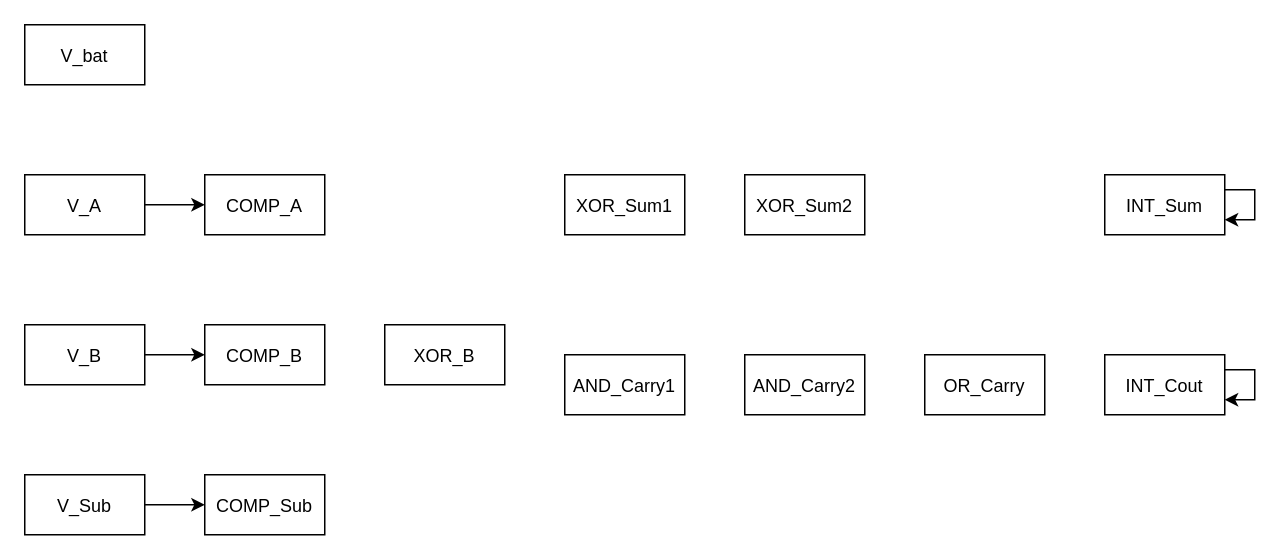
Above: storage/schematics/calculator.drawio.xml in sekkeikataki/VoltCraft (draw.io), before the change. Source tidied: cells renumbered, new cells numbered last; positions are measured from the earlier drawing's top-left corner, leaving out a move shared by most shapes. Both pictures are drawn from the tidied source at 150%, with x=0, y=0 at pixel (24, 24).
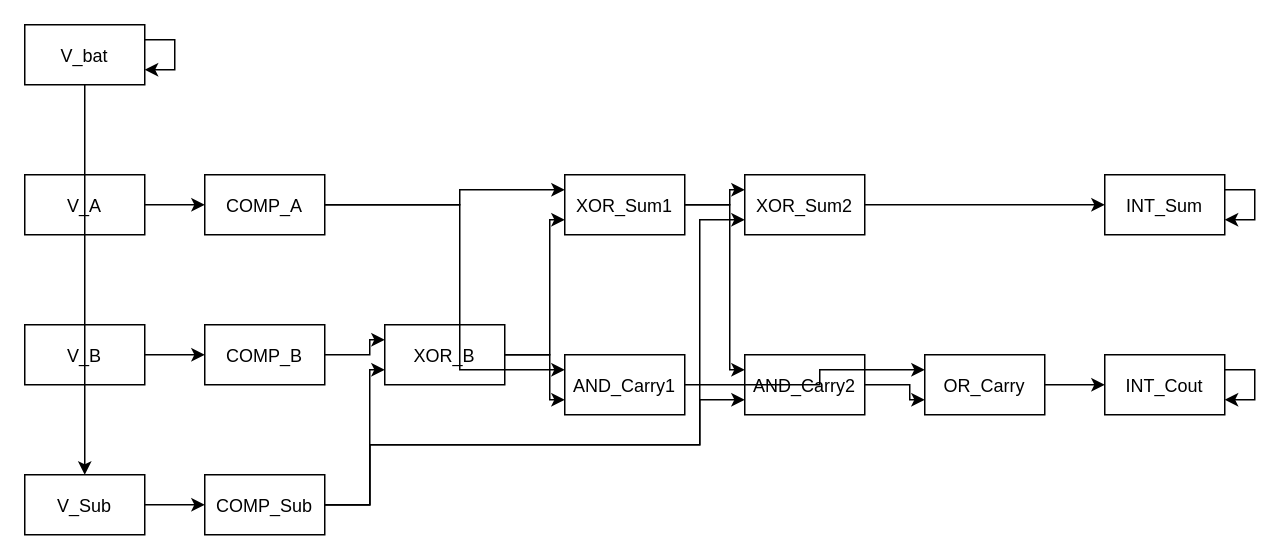
Above is the later version.

Commit message (it also covers changes not shown here):
refactor: upgrade calculator schematic visual wiring routing, horizontal layouts, and ground bus connection

Unchanged cells that the change refers to:
```xml
<mxCell id="6" value="COMP_A" style="symbol=analog_comparator;rot=0;threshold=2.5;" parent="1" vertex="1">
  <mxGeometry x="120" y="100" width="80" height="40" as="geometry" />
</mxCell>
<mxCell id="7" value="COMP_B" style="symbol=analog_comparator;rot=0;threshold=2.5;" parent="1" vertex="1">
  <mxGeometry x="120" y="200" width="80" height="40" as="geometry" />
</mxCell>
<mxCell id="8" value="COMP_Sub" style="symbol=analog_comparator;rot=0;threshold=2.5;" parent="1" vertex="1">
  <mxGeometry x="120" y="300" width="80" height="40" as="geometry" />
</mxCell>
<mxCell id="9" value="XOR_B" style="symbol=digital_xor;rot=0;delay=1e-06;" parent="1" vertex="1">
  <mxGeometry x="240" y="200" width="80" height="40" as="geometry" />
</mxCell>
<mxCell id="10" value="XOR_Sum1" style="symbol=digital_xor;rot=0;delay=1e-06;" parent="1" vertex="1">
  <mxGeometry x="360" y="100" width="80" height="40" as="geometry" />
</mxCell>
<mxCell id="11" value="XOR_Sum2" style="symbol=digital_xor;rot=0;delay=1e-06;" parent="1" vertex="1">
  <mxGeometry x="480" y="100" width="80" height="40" as="geometry" />
</mxCell>
<mxCell id="12" value="AND_Carry1" style="symbol=digital_and;rot=0;delay=1e-06;" parent="1" vertex="1">
  <mxGeometry x="360" y="220" width="80" height="40" as="geometry" />
</mxCell>
<mxCell id="13" value="AND_Carry2" style="symbol=digital_and;rot=0;delay=1e-06;" parent="1" vertex="1">
  <mxGeometry x="480" y="220" width="80" height="40" as="geometry" />
</mxCell>
<mxCell id="14" value="OR_Carry" style="symbol=digital_or;rot=0;delay=1e-06;" parent="1" vertex="1">
  <mxGeometry x="600" y="220" width="80" height="40" as="geometry" />
</mxCell>
```

Diff of the diagram source:
```diff
@@
-    <mxCell id="2" value="V_bat" style="symbol=voltage_source;rot=90;V=5.0;" parent="1" vertex="1">
+    <mxCell id="2" value="V_bat" style="symbol=voltage_source;rot=180;V=5;" parent="1" vertex="1">
       <mxGeometry width="80" height="40" as="geometry" />
     </mxCell>
-    <mxCell id="3" value="V_A" style="symbol=voltage_source;rot=90;V=5.0;freq=1000.0;phase=0.0;" parent="1" vertex="1">
+    <mxCell id="3" value="V_A" style="symbol=voltage_source;rot=180;V=5;freq=1000;phase=0;" parent="1" vertex="1">
       <mxGeometry y="100" width="80" height="40" as="geometry" />
     </mxCell>
-    <mxCell id="4" value="V_B" style="symbol=voltage_source;rot=90;V=5.0;freq=500.0;phase=1.57;" parent="1" vertex="1">
+    <mxCell id="4" value="V_B" style="symbol=voltage_source;rot=180;V=5;freq=500;phase=1.57;" parent="1" vertex="1">
       <mxGeometry y="200" width="80" height="40" as="geometry" />
     </mxCell>
-    <mxCell id="5" value="V_Sub" style="symbol=voltage_source;rot=90;V=5.0;freq=250.0;phase=0.0;" parent="1" vertex="1">
+    <mxCell id="5" value="V_Sub" style="symbol=voltage_source;rot=180;V=5;freq=250;phase=0;" parent="1" vertex="1">
       <mxGeometry y="300" width="80" height="40" as="geometry" />
     </mxCell>
@@
-    <mxCell id="15" value="INT_Sum" style="symbol=digital_interface_out;rot=0;V=5.0;delay=0.0;" parent="1" vertex="1">
+    <mxCell id="15" value="INT_Sum" style="symbol=digital_interface_out;rot=0;V=5;delay=0;" parent="1" vertex="1">
       <mxGeometry x="720" y="100" width="80" height="40" as="geometry" />
     </mxCell>
-    <mxCell id="16" value="INT_Cout" style="symbol=digital_interface_out;rot=0;V=5.0;delay=0.0;" parent="1" vertex="1">
+    <mxCell id="16" value="INT_Cout" style="symbol=digital_interface_out;rot=0;V=5;delay=0;" parent="1" vertex="1">
       <mxGeometry x="720" y="220" width="80" height="40" as="geometry" />
     </mxCell>
@@
+    <mxCell id="22" style="edgeStyle=orthogonalEdgeStyle;rounded=0;jettySize=auto;html=1;" parent="1" edge="1" source="6" target="10">
+      <mxGeometry relative="1" as="geometry">
+        <Array as="points">
+          <mxPoint x="290" y="120" />
+          <mxPoint x="290" y="110" />
+        </Array>
+      </mxGeometry>
+    </mxCell>
+    <mxCell id="23" style="edgeStyle=orthogonalEdgeStyle;rounded=0;jettySize=auto;html=1;" parent="1" edge="1" source="6" target="12">
+      <mxGeometry relative="1" as="geometry">
+        <Array as="points">
+          <mxPoint x="290" y="120" />
+          <mxPoint x="290" y="230" />
+        </Array>
+      </mxGeometry>
+    </mxCell>
+    <mxCell id="24" style="edgeStyle=orthogonalEdgeStyle;rounded=0;jettySize=auto;html=1;" parent="1" edge="1" source="7" target="9">
+      <mxGeometry relative="1" as="geometry">
+        <Array as="points">
+          <mxPoint x="230" y="220" />
+          <mxPoint x="230" y="210" />
+        </Array>
+      </mxGeometry>
+    </mxCell>
+    <mxCell id="25" style="edgeStyle=orthogonalEdgeStyle;rounded=0;jettySize=auto;html=1;" parent="1" edge="1" source="8" target="9">
+      <mxGeometry relative="1" as="geometry">
+        <Array as="points">
+          <mxPoint x="230" y="320" />
+          <mxPoint x="230" y="230" />
+        </Array>
+      </mxGeometry>
+    </mxCell>
+    <mxCell id="26" style="edgeStyle=orthogonalEdgeStyle;rounded=0;jettySize=auto;html=1;" parent="1" edge="1" source="8" target="11">
+      <mxGeometry relative="1" as="geometry">
+        <Array as="points">
+          <mxPoint x="230" y="320" />
+          <mxPoint x="230" y="280" />
+          <mxPoint x="450" y="280" />
+          <mxPoint x="450" y="130" />
+        </Array>
+      </mxGeometry>
+    </mxCell>
+    <mxCell id="27" style="edgeStyle=orthogonalEdgeStyle;rounded=0;jettySize=auto;html=1;" parent="1" edge="1" source="8" target="13">
+      <mxGeometry relative="1" as="geometry">
+        <Array as="points">
+          <mxPoint x="230" y="320" />
+          <mxPoint x="230" y="280" />
+          <mxPoint x="450" y="280" />
+          <mxPoint x="450" y="250" />
+        </Array>
+      </mxGeometry>
+    </mxCell>
+    <mxCell id="28" style="edgeStyle=orthogonalEdgeStyle;rounded=0;jettySize=auto;html=1;" parent="1" edge="1" source="9" target="10">
+      <mxGeometry relative="1" as="geometry">
+        <Array as="points">
+          <mxPoint x="350" y="220" />
+          <mxPoint x="350" y="130" />
+        </Array>
+      </mxGeometry>
+    </mxCell>
+    <mxCell id="29" style="edgeStyle=orthogonalEdgeStyle;rounded=0;jettySize=auto;html=1;" parent="1" edge="1" source="9" target="12">
+      <mxGeometry relative="1" as="geometry">
+        <Array as="points">
+          <mxPoint x="350" y="220" />
+          <mxPoint x="350" y="250" />
+        </Array>
+      </mxGeometry>
+    </mxCell>
+    <mxCell id="30" style="edgeStyle=orthogonalEdgeStyle;rounded=0;jettySize=auto;html=1;" parent="1" edge="1" source="10" target="11">
+      <mxGeometry relative="1" as="geometry">
+        <Array as="points">
+          <mxPoint x="470" y="120" />
+          <mxPoint x="470" y="110" />
+        </Array>
+      </mxGeometry>
+    </mxCell>
+    <mxCell id="31" style="edgeStyle=orthogonalEdgeStyle;rounded=0;jettySize=auto;html=1;" parent="1" edge="1" source="10" target="13">
+      <mxGeometry relative="1" as="geometry">
+        <Array as="points">
+          <mxPoint x="470" y="120" />
+          <mxPoint x="470" y="230" />
+        </Array>
+      </mxGeometry>
+    </mxCell>
+    <mxCell id="32" style="edgeStyle=orthogonalEdgeStyle;rounded=0;jettySize=auto;html=1;" parent="1" edge="1" source="11" target="15">
+      <mxGeometry relative="1" as="geometry" />
+    </mxCell>
+    <mxCell id="33" style="edgeStyle=orthogonalEdgeStyle;rounded=0;jettySize=auto;html=1;" parent="1" edge="1" source="12" target="14">
+      <mxGeometry relative="1" as="geometry">
+        <Array as="points">
+          <mxPoint x="530" y="240" />
+          <mxPoint x="530" y="230" />
+        </Array>
+      </mxGeometry>
+    </mxCell>
+    <mxCell id="34" style="edgeStyle=orthogonalEdgeStyle;rounded=0;jettySize=auto;html=1;" parent="1" edge="1" source="13" target="14">
+      <mxGeometry relative="1" as="geometry">
+        <Array as="points">
+          <mxPoint x="590" y="240" />
+          <mxPoint x="590" y="250" />
+        </Array>
+      </mxGeometry>
+    </mxCell>
+    <mxCell id="35" style="edgeStyle=orthogonalEdgeStyle;rounded=0;jettySize=auto;html=1;" parent="1" edge="1" source="14" target="16">
+      <mxGeometry relative="1" as="geometry" />
+    </mxCell>
@@
+    <mxCell id="36" style="edgeStyle=orthogonalEdgeStyle;rounded=0;jettySize=auto;html=1;" parent="1" edge="1" source="2" target="5">
+      <mxGeometry relative="1" as="geometry" />
+    </mxCell>
+    <mxCell id="37" style="edgeStyle=orthogonalEdgeStyle;rounded=0;orthogonalLoop=1;jettySize=auto;html=1;" parent="1" edge="1" source="2" target="2">
+      <mxGeometry relative="1" as="geometry" />
+    </mxCell>
```
